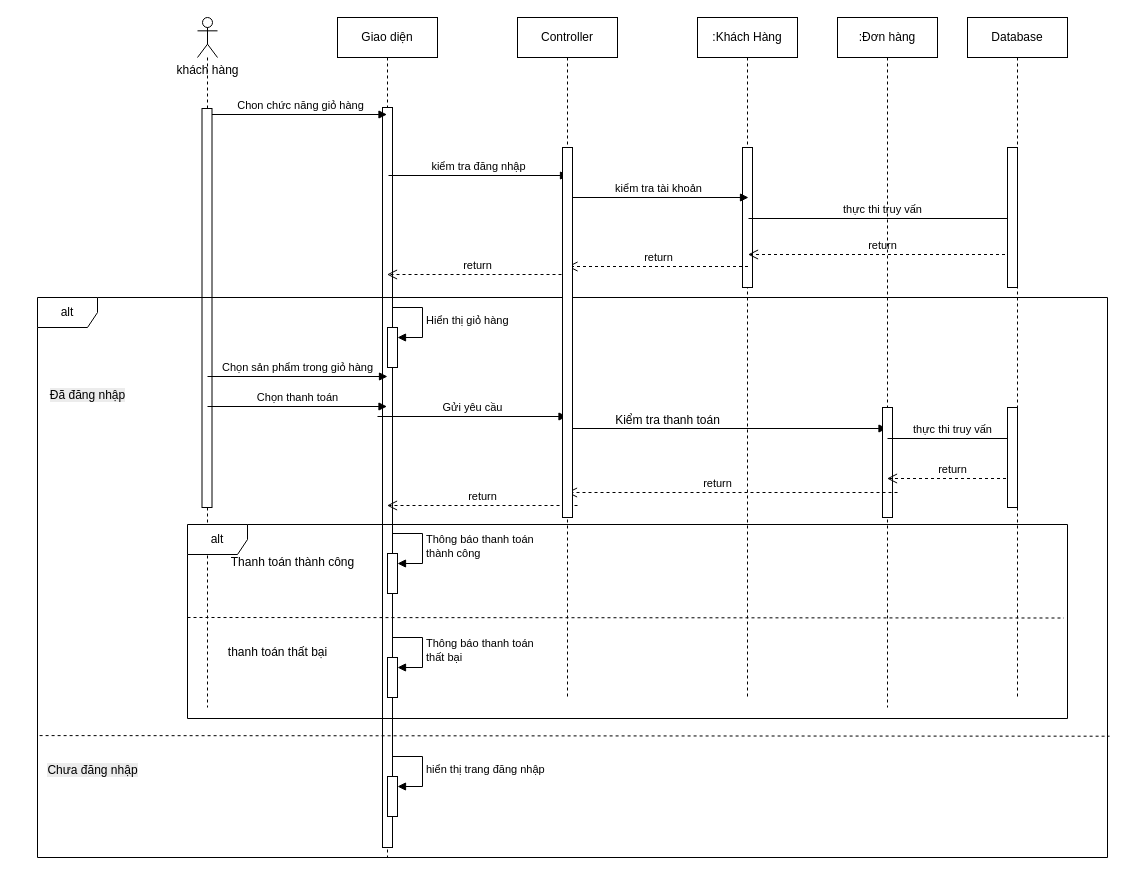
Above: User/Sequence/thanhtoan.drawio in dmn-05/PTTK-HTTT (draw.io), before the change. Source tidied: cells renumbered, new cells numbered last; positions are measured from the earlier drawing's top-left corner, leaving out a move shared by most shapes. Both pictures are drawn from the tidied source at 100%, with x=0, y=0 at pixel (37, 17).
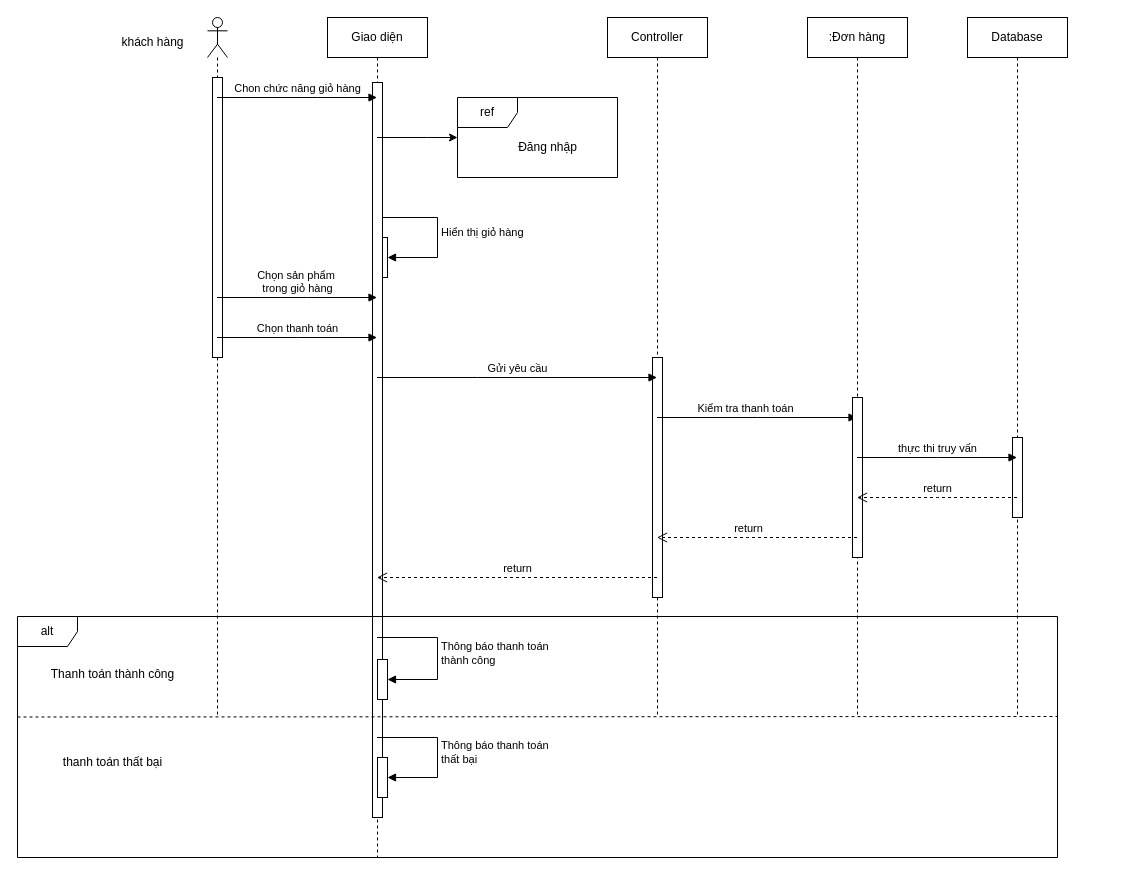
After the change.

The edit, as a diff of the source:
```diff
@@
     <mxCell id="2" style="shape=umlLifeline;perimeter=lifelinePerimeter;whiteSpace=wrap;html=1;outlineConnect=0;portConstraint=eastwest;newEdgeStyle={&quot;curved&quot;:0,&quot;rounded&quot;:0};participant=umlActor;" parent="1" vertex="1">
-      <mxGeometry x="160" width="20" height="690" as="geometry" />
+      <mxGeometry x="170" width="20" height="700" as="geometry" />
     </mxCell>
-    <mxCell id="3" style="html=1;points=[[0,0,0,0,5],[0,1,0,0,-5],[1,0,0,0,5],[1,1,0,0,-5]];perimeter=orthogonalPerimeter;outlineConnect=0;targetShapes=umlLifeline;portConstraint=eastwest;newEdgeStyle={&quot;curved&quot;:0,&quot;rounded&quot;:0};" parent="2" vertex="1">
-      <mxGeometry x="4.5" y="91" width="10" height="399" as="geometry" />
-    </mxCell>
+    <mxCell id="49" style="html=1;perimeter=orthogonalPerimeter;targetShapes=umlLifeline;newEdgeStyle={&quot;curved&quot;:0,&quot;rounded&quot;:0};" parent="2" vertex="1">
+      <mxGeometry x="5" y="60" width="10" height="280" as="geometry" />
+    </mxCell>
     <mxCell id="4" value="Giao diện" style="shape=umlLifeline;perimeter=lifelinePerimeter;whiteSpace=wrap;html=1;outlineConnect=0;portConstraint=eastwest;newEdgeStyle={&quot;curved&quot;:0,&quot;rounded&quot;:0};" parent="1" vertex="1">
-      <mxGeometry x="300" width="100" height="840" as="geometry" />
+      <mxGeometry x="290" width="100" height="840" as="geometry" />
     </mxCell>
-    <mxCell id="5" style="html=1;perimeter=orthogonalPerimeter;targetShapes=umlLifeline;newEdgeStyle={&quot;curved&quot;:0,&quot;rounded&quot;:0};" parent="4" vertex="1">
-      <mxGeometry x="45" y="90" width="10" height="740" as="geometry" />
-    </mxCell>
-    <mxCell id="6" value=":Khách Hàng" style="shape=umlLifeline;perimeter=lifelinePerimeter;whiteSpace=wrap;html=1;newEdgeStyle={&quot;curved&quot;:0,&quot;rounded&quot;:0};" parent="1" vertex="1">
-      <mxGeometry x="660" width="100" height="680" as="geometry" />
-    </mxCell>
-    <mxCell id="7" style="html=1;perimeter=orthogonalPerimeter;targetShapes=umlLifeline;newEdgeStyle={&quot;curved&quot;:0,&quot;rounded&quot;:0};" parent="6" vertex="1">
-      <mxGeometry x="45" y="130" width="10" height="140" as="geometry" />
-    </mxCell>
+    <mxCell id="47" style="html=1;points=[[0,0,0,0,5],[0,1,0,0,-5],[1,0,0,0,5],[1,1,0,0,-5]];perimeter=orthogonalPerimeter;outlineConnect=0;targetShapes=umlLifeline;portConstraint=eastwest;newEdgeStyle={&quot;curved&quot;:0,&quot;rounded&quot;:0};" parent="4" vertex="1">
+      <mxGeometry x="50" y="220" width="10" height="40" as="geometry" />
+    </mxCell>
+    <mxCell id="48" value="Hiển thị giỏ hàng" style="html=1;align=left;spacingLeft=2;endArrow=block;rounded=0;edgeStyle=orthogonalEdgeStyle;curved=0;rounded=0;" parent="4" edge="1" source="4" target="47">
+      <mxGeometry relative="1" as="geometry">
+        <Array as="points">
+          <mxPoint x="110" y="200" />
+          <mxPoint x="110" y="240" />
+        </Array>
+      </mxGeometry>
+    </mxCell>
+    <mxCell id="50" style="html=1;perimeter=orthogonalPerimeter;targetShapes=umlLifeline;newEdgeStyle={&quot;curved&quot;:0,&quot;rounded&quot;:0};" parent="4" vertex="1">
+      <mxGeometry x="45" y="65" width="10" height="735" as="geometry" />
+    </mxCell>
     <mxCell id="8" value="khách hàng" style="text;html=1;align=center;verticalAlign=middle;strokeColor=none;fillColor=none;" parent="1" vertex="1">
-      <mxGeometry x="125" y="38" width="90" height="30" as="geometry" />
+      <mxGeometry x="70" y="10" width="90" height="30" as="geometry" />
     </mxCell>
     <mxCell id="9" value="Database" style="shape=umlLifeline;perimeter=lifelinePerimeter;whiteSpace=wrap;html=1;outlineConnect=0;portConstraint=eastwest;newEdgeStyle={&quot;curved&quot;:0,&quot;rounded&quot;:0};" parent="1" vertex="1">
-      <mxGeometry x="930" width="100" height="680" as="geometry" />
+      <mxGeometry x="930" width="100" height="700" as="geometry" />
     </mxCell>
+    <mxCell id="51" style="html=1;perimeter=orthogonalPerimeter;targetShapes=umlLifeline;newEdgeStyle={&quot;curved&quot;:0,&quot;rounded&quot;:0};" parent="9" vertex="1">
+      <mxGeometry x="45" y="420" width="10" height="80" as="geometry" />
+    </mxCell>
     <mxCell id="10" value="Controller" style="shape=umlLifeline;perimeter=lifelinePerimeter;whiteSpace=wrap;html=1;outlineConnect=0;portConstraint=eastwest;newEdgeStyle={&quot;curved&quot;:0,&quot;rounded&quot;:0};" parent="1" vertex="1">
-      <mxGeometry x="480" width="100" height="680" as="geometry" />
+      <mxGeometry x="570" width="100" height="700" as="geometry" />
     </mxCell>
+    <mxCell id="52" style="html=1;perimeter=orthogonalPerimeter;targetShapes=umlLifeline;newEdgeStyle={&quot;curved&quot;:0,&quot;rounded&quot;:0};" parent="10" vertex="1">
+      <mxGeometry x="45" y="340" width="10" height="240" as="geometry" />
+    </mxCell>
-    <mxCell id="11" value="Chon chức năng giỏ hàng" style="html=1;verticalAlign=bottom;endArrow=block;curved=0;rounded=0;" parent="1" edge="1" source="3">
+    <mxCell id="11" value="Chon chức năng giỏ hàng" style="html=1;verticalAlign=bottom;endArrow=block;curved=0;rounded=0;" parent="1" edge="1" source="2" target="4">
       <mxGeometry relative="1" as="geometry">
-        <mxPoint x="349.5" y="97" as="targetPoint" />
+        <Array as="points">
+          <mxPoint x="280" y="80" />
+        </Array>
       </mxGeometry>
     </mxCell>
-    <mxCell id="12" value="kiểm tra đăng nhập" style="html=1;verticalAlign=bottom;endArrow=block;curved=0;rounded=0;" parent="1" edge="1">
-      <mxGeometry relative="1" as="geometry">
-        <mxPoint x="351" y="158" as="sourcePoint" />
-        <mxPoint x="531" y="158" as="targetPoint" />
-      </mxGeometry>
-    </mxCell>
-    <mxCell id="13" value="kiểm tra tài khoản" style="html=1;verticalAlign=bottom;endArrow=block;curved=0;rounded=0;" parent="1" edge="1">
-      <mxGeometry relative="1" as="geometry">
-        <mxPoint x="531" y="180" as="sourcePoint" />
-        <mxPoint x="711" y="180" as="targetPoint" />
-      </mxGeometry>
-    </mxCell>
-    <mxCell id="14" value="thực thi truy vấn" style="html=1;verticalAlign=bottom;endArrow=block;curved=0;rounded=0;" parent="1" edge="1">
-      <mxGeometry relative="1" as="geometry">
-        <mxPoint x="711" y="201" as="sourcePoint" />
-        <mxPoint x="979.5" y="201" as="targetPoint" />
-      </mxGeometry>
-    </mxCell>
-    <mxCell id="15" value="return" style="html=1;verticalAlign=bottom;endArrow=open;dashed=1;endSize=8;curved=0;rounded=0;" parent="1" edge="1">
-      <mxGeometry relative="1" as="geometry">
-        <mxPoint x="979.5" y="237" as="sourcePoint" />
-        <mxPoint x="710.5" y="237" as="targetPoint" />
-      </mxGeometry>
-    </mxCell>
-    <mxCell id="16" value="alt" style="shape=umlFrame;whiteSpace=wrap;html=1;" parent="1" vertex="1">
-      <mxGeometry y="280" width="1070" height="560" as="geometry" />
-    </mxCell>
-    <mxCell id="17" value="&lt;br&gt;&lt;span style=&quot;color: rgb(0, 0, 0); background-color: rgb(236, 236, 236); float: none; display: inline !important;&quot;&gt;Đã đăng nhập&lt;/span&gt;" style="text;html=1;align=center;verticalAlign=middle;strokeColor=none;fillColor=none;" parent="1" vertex="1">
-      <mxGeometry y="350" width="100" height="40" as="geometry" />
-    </mxCell>
-    <mxCell id="18" value="return" style="html=1;verticalAlign=bottom;endArrow=open;dashed=1;endSize=8;curved=0;rounded=0;" parent="1" edge="1">
-      <mxGeometry relative="1" as="geometry">
-        <mxPoint x="710.5" y="249" as="sourcePoint" />
-        <mxPoint x="530" y="249" as="targetPoint" />
-      </mxGeometry>
-    </mxCell>
-    <mxCell id="19" value="return" style="html=1;verticalAlign=bottom;endArrow=open;dashed=1;endSize=8;curved=0;rounded=0;" parent="1" edge="1">
-      <mxGeometry relative="1" as="geometry">
-        <mxPoint x="530" y="257" as="sourcePoint" />
-        <mxPoint x="349.5" y="257" as="targetPoint" />
-      </mxGeometry>
-    </mxCell>
-    <mxCell id="20" value="Chọn thanh toán" style="html=1;verticalAlign=bottom;endArrow=block;curved=0;rounded=0;" parent="1" edge="1">
+    <mxCell id="20" value="Chọn thanh toán" style="html=1;verticalAlign=bottom;endArrow=block;curved=0;rounded=0;" parent="1" edge="1" source="2" target="4">
       <mxGeometry relative="1" as="geometry">
-        <mxPoint x="170" y="389" as="sourcePoint" />
-        <mxPoint x="349.5" y="389" as="targetPoint" />
+        <Array as="points">
+          <mxPoint x="260" y="320" />
+        </Array>
       </mxGeometry>
     </mxCell>
-    <mxCell id="21" value="Gửi yêu cầu" style="html=1;verticalAlign=bottom;endArrow=block;curved=0;rounded=0;" parent="1" edge="1">
+    <mxCell id="21" value="Gửi yêu cầu" style="html=1;verticalAlign=bottom;endArrow=block;curved=0;rounded=0;" parent="1" edge="1" source="4" target="10">
       <mxGeometry relative="1" as="geometry">
-        <mxPoint x="340" y="399" as="sourcePoint" />
-        <mxPoint x="529.5" y="399" as="targetPoint" />
+        <Array as="points">
+          <mxPoint x="440" y="360" />
+        </Array>
       </mxGeometry>
     </mxCell>
-    <mxCell id="22" style="html=1;verticalAlign=bottom;endArrow=block;curved=0;rounded=0;" parent="1" edge="1">
-      <mxGeometry x="-0.44" y="10" relative="1" as="geometry">
-        <mxPoint x="530" y="411" as="sourcePoint" />
-        <mxPoint x="849.5" y="411" as="targetPoint" />
+    <mxCell id="22" value="Kiểm tra thanh toán" style="html=1;verticalAlign=bottom;endArrow=block;curved=0;rounded=0;" parent="1" edge="1" source="10" target="23">
+      <mxGeometry x="-0.13" relative="1" as="geometry">
+        <Array as="points">
+          <mxPoint x="720" y="400" />
+        </Array>
+        <mxPoint x="1" as="offset" />
       </mxGeometry>
     </mxCell>
     <mxCell id="23" value=":Đơn hàng" style="shape=umlLifeline;perimeter=lifelinePerimeter;whiteSpace=wrap;html=1;outlineConnect=0;portConstraint=eastwest;newEdgeStyle={&quot;curved&quot;:0,&quot;rounded&quot;:0};" parent="1" vertex="1">
-      <mxGeometry x="800" width="100" height="690" as="geometry" />
+      <mxGeometry x="770" width="100" height="700" as="geometry" />
     </mxCell>
-    <mxCell id="24" style="html=1;perimeter=orthogonalPerimeter;targetShapes=umlLifeline;newEdgeStyle={&quot;curved&quot;:0,&quot;rounded&quot;:0};" parent="23" vertex="1">
-      <mxGeometry x="45" y="390" width="10" height="110" as="geometry" />
-    </mxCell>
+    <mxCell id="53" style="html=1;perimeter=orthogonalPerimeter;targetShapes=umlLifeline;newEdgeStyle={&quot;curved&quot;:0,&quot;rounded&quot;:0};" parent="23" vertex="1">
+      <mxGeometry x="45" y="380" width="10" height="160" as="geometry" />
+    </mxCell>
-    <mxCell id="25" value="thực thi truy vấn" style="html=1;verticalAlign=bottom;endArrow=block;curved=0;rounded=0;" parent="1" edge="1">
+    <mxCell id="25" value="thực thi truy vấn" style="html=1;verticalAlign=bottom;endArrow=block;curved=0;rounded=0;" parent="1" edge="1" source="23" target="9">
       <mxGeometry relative="1" as="geometry">
-        <mxPoint x="850" y="421" as="sourcePoint" />
-        <mxPoint x="979.5" y="421" as="targetPoint" />
+        <Array as="points">
+          <mxPoint x="900" y="440" />
+        </Array>
       </mxGeometry>
     </mxCell>
-    <mxCell id="26" value="return" style="html=1;verticalAlign=bottom;endArrow=open;dashed=1;endSize=8;curved=0;rounded=0;" parent="1" edge="1">
+    <mxCell id="26" value="return" style="html=1;verticalAlign=bottom;endArrow=open;dashed=1;endSize=8;curved=0;rounded=0;" parent="1" edge="1" source="9" target="23">
       <mxGeometry relative="1" as="geometry">
-        <mxPoint x="980.5" y="461" as="sourcePoint" />
-        <mxPoint x="849.5" y="461" as="targetPoint" />
+        <Array as="points">
+          <mxPoint x="900" y="480" />
+        </Array>
       </mxGeometry>
     </mxCell>
-    <mxCell id="27" value="return" style="html=1;verticalAlign=bottom;endArrow=open;dashed=1;endSize=8;curved=0;rounded=0;" parent="1" edge="1">
+    <mxCell id="27" value="return" style="html=1;verticalAlign=bottom;endArrow=open;dashed=1;endSize=8;curved=0;rounded=0;" parent="1" edge="1" source="23" target="10">
       <mxGeometry x="0.09" relative="1" as="geometry">
-        <mxPoint x="860" y="475" as="sourcePoint" />
-        <mxPoint x="529.5" y="475" as="targetPoint" />
+        <Array as="points">
+          <mxPoint x="710" y="520" />
+        </Array>
       </mxGeometry>
     </mxCell>
-    <mxCell id="28" value="Kiểm tra thanh toán" style="text;html=1;align=center;verticalAlign=middle;strokeColor=none;fillColor=none;" parent="1" vertex="1">
-      <mxGeometry x="565" y="388" width="130" height="30" as="geometry" />
-    </mxCell>
-    <mxCell id="29" value="return" style="html=1;verticalAlign=bottom;endArrow=open;dashed=1;endSize=8;curved=0;rounded=0;" parent="1" edge="1">
+    <mxCell id="29" value="return" style="html=1;verticalAlign=bottom;endArrow=open;dashed=1;endSize=8;curved=0;rounded=0;" parent="1" edge="1" source="10" target="4">
       <mxGeometry relative="1" as="geometry">
-        <mxPoint x="540" y="488" as="sourcePoint" />
-        <mxPoint x="349.5" y="488" as="targetPoint" />
+        <Array as="points">
+          <mxPoint x="470" y="560" />
+        </Array>
       </mxGeometry>
     </mxCell>
-    <mxCell id="30" style="endArrow=none;dashed=1;html=1;rounded=0;exitX=0.002;exitY=0.779;exitDx=0;exitDy=0;exitPerimeter=0;entryX=1.002;entryY=0.781;entryDx=0;entryDy=0;entryPerimeter=0;" parent="1" edge="1">
-      <mxGeometry relative="1" as="geometry">
-        <mxPoint x="2.1" y="718.1" as="sourcePoint" />
-        <mxPoint x="1072.1" y="718.7" as="targetPoint" />
-      </mxGeometry>
-    </mxCell>
-    <mxCell id="31" value="&lt;br&gt;&lt;span style=&quot;color: rgb(0, 0, 0); background-color: rgb(236, 236, 236); float: none; display: inline !important;&quot;&gt;Chưa đăng nhập&lt;/span&gt;" style="text;html=1;align=center;verticalAlign=middle;strokeColor=none;fillColor=none;" parent="1" vertex="1">
-      <mxGeometry y="725" width="110" height="40" as="geometry" />
-    </mxCell>
-    <mxCell id="32" style="html=1;perimeter=orthogonalPerimeter;targetShapes=umlLifeline;newEdgeStyle={&quot;curved&quot;:0,&quot;rounded&quot;:0};" parent="1" vertex="1">
-      <mxGeometry x="525" y="130" width="10" height="370" as="geometry" />
-    </mxCell>
-    <mxCell id="33" style="html=1;perimeter=orthogonalPerimeter;targetShapes=umlLifeline;newEdgeStyle={&quot;curved&quot;:0,&quot;rounded&quot;:0};" parent="1" vertex="1">
-      <mxGeometry x="970" y="390" width="10" height="100" as="geometry" />
-    </mxCell>
-    <mxCell id="34" style="html=1;points=[[0,0,0,0,5],[0,1,0,0,-5],[1,0,0,0,5],[1,1,0,0,-5]];perimeter=orthogonalPerimeter;outlineConnect=0;targetShapes=umlLifeline;portConstraint=eastwest;newEdgeStyle={&quot;curved&quot;:0,&quot;rounded&quot;:0};" parent="1" vertex="1">
-      <mxGeometry x="350" y="759" width="10" height="40" as="geometry" />
-    </mxCell>
-    <mxCell id="35" value="hiển thị trang đăng nhập" style="html=1;align=left;spacingLeft=2;endArrow=block;rounded=0;edgeStyle=orthogonalEdgeStyle;curved=0;rounded=0;" parent="1" edge="1" target="34">
-      <mxGeometry relative="1" as="geometry">
-        <mxPoint x="355" y="739" as="sourcePoint" />
-        <Array as="points">
-          <mxPoint x="385" y="769" />
-        </Array>
-      </mxGeometry>
-    </mxCell>
     <mxCell id="36" style="html=1;points=[[0,0,0,0,5],[0,1,0,0,-5],[1,0,0,0,5],[1,1,0,0,-5]];perimeter=orthogonalPerimeter;outlineConnect=0;targetShapes=umlLifeline;portConstraint=eastwest;newEdgeStyle={&quot;curved&quot;:0,&quot;rounded&quot;:0};" parent="1" vertex="1">
-      <mxGeometry x="350" y="536" width="10" height="40" as="geometry" />
+      <mxGeometry x="340" y="642" width="10" height="40" as="geometry" />
     </mxCell>
-    <mxCell id="37" value="Thông báo thanh toán&lt;div&gt;thành công&lt;/div&gt;" style="html=1;align=left;spacingLeft=2;endArrow=block;rounded=0;edgeStyle=orthogonalEdgeStyle;curved=0;rounded=0;" parent="1" edge="1" target="36">
+    <mxCell id="37" value="Thông báo thanh toán&lt;div&gt;thành công&lt;/div&gt;" style="html=1;align=left;spacingLeft=2;endArrow=block;rounded=0;edgeStyle=orthogonalEdgeStyle;curved=0;rounded=0;" parent="1" edge="1" source="4" target="36">
       <mxGeometry relative="1" as="geometry">
-        <mxPoint x="355" y="516" as="sourcePoint" />
         <Array as="points">
-          <mxPoint x="385" y="546" />
+          <mxPoint x="400" y="620" />
+          <mxPoint x="400" y="662" />
         </Array>
       </mxGeometry>
     </mxCell>
@@
-    <mxCell id="39" style="html=1;perimeter=orthogonalPerimeter;targetShapes=umlLifeline;newEdgeStyle={&quot;curved&quot;:0,&quot;rounded&quot;:0};" parent="1" vertex="1">
-      <mxGeometry x="970" y="130" width="10" height="140" as="geometry" />
-    </mxCell>
-    <mxCell id="40" value="Chọn sản phẩm trong giỏ hàng" style="html=1;verticalAlign=bottom;endArrow=block;curved=0;rounded=0;" parent="1" edge="1">
+    <mxCell id="40" value="Chọn sản phẩm&amp;nbsp;&lt;div&gt;trong giỏ hàng&lt;/div&gt;" style="html=1;verticalAlign=bottom;endArrow=block;curved=0;rounded=0;" parent="1" edge="1" source="2" target="4">
       <mxGeometry relative="1" as="geometry">
-        <mxPoint x="170" y="359" as="sourcePoint" />
-        <mxPoint x="350" y="359" as="targetPoint" />
+        <Array as="points">
+          <mxPoint x="270" y="280" />
+        </Array>
       </mxGeometry>
     </mxCell>
     <mxCell id="41" value="alt" style="shape=umlFrame;whiteSpace=wrap;html=1;" parent="1" vertex="1">
-      <mxGeometry x="150" y="507" width="880" height="194" as="geometry" />
+      <mxGeometry x="-20" y="599" width="1040" height="241" as="geometry" />
     </mxCell>
-    <mxCell id="42" style="endArrow=none;dashed=1;html=1;rounded=0;exitX=0.002;exitY=0.779;exitDx=0;exitDy=0;exitPerimeter=0;entryX=0.996;entryY=0.482;entryDx=0;entryDy=0;entryPerimeter=0;" parent="1" edge="1" target="41">
+    <mxCell id="42" style="endArrow=none;dashed=1;html=1;rounded=0;" parent="1" edge="1">
       <mxGeometry relative="1" as="geometry">
-        <mxPoint x="150" y="600" as="sourcePoint" />
+        <mxPoint x="-20" y="699.5" as="sourcePoint" />
+        <mxPoint x="1020" y="699" as="targetPoint" />
       </mxGeometry>
     </mxCell>
     <mxCell id="43" value="Thanh toán thành công" style="text;html=1;align=center;verticalAlign=middle;strokeColor=none;fillColor=none;" parent="1" vertex="1">
-      <mxGeometry x="180" y="530" width="150" height="30" as="geometry" />
+      <mxGeometry y="642" width="150" height="30" as="geometry" />
     </mxCell>
     <mxCell id="44" value="thanh toán thất bại" style="text;html=1;align=center;verticalAlign=middle;strokeColor=none;fillColor=none;" parent="1" vertex="1">
-      <mxGeometry x="180" y="620" width="120" height="30" as="geometry" />
+      <mxGeometry x="15" y="730" width="120" height="30" as="geometry" />
     </mxCell>
     <mxCell id="45" style="html=1;points=[[0,0,0,0,5],[0,1,0,0,-5],[1,0,0,0,5],[1,1,0,0,-5]];perimeter=orthogonalPerimeter;outlineConnect=0;targetShapes=umlLifeline;portConstraint=eastwest;newEdgeStyle={&quot;curved&quot;:0,&quot;rounded&quot;:0};" parent="1" vertex="1">
-      <mxGeometry x="350" y="640" width="10" height="40" as="geometry" />
+      <mxGeometry x="340" y="740" width="10" height="40" as="geometry" />
     </mxCell>
-    <mxCell id="46" value="Thông báo thanh toán&lt;div&gt;thất bại&lt;/div&gt;" style="html=1;align=left;spacingLeft=2;endArrow=block;rounded=0;edgeStyle=orthogonalEdgeStyle;curved=0;rounded=0;" parent="1" edge="1" target="45">
+    <mxCell id="46" value="Thông báo thanh toán&lt;div&gt;thất bại&lt;/div&gt;" style="html=1;align=left;spacingLeft=2;endArrow=block;rounded=0;edgeStyle=orthogonalEdgeStyle;curved=0;rounded=0;" parent="1" edge="1" source="4" target="45">
       <mxGeometry relative="1" as="geometry">
-        <mxPoint x="355" y="620" as="sourcePoint" />
         <Array as="points">
-          <mxPoint x="385" y="650" />
+          <mxPoint x="400" y="720" />
+          <mxPoint x="400" y="760" />
         </Array>
       </mxGeometry>
     </mxCell>
-    <mxCell id="47" style="html=1;points=[[0,0,0,0,5],[0,1,0,0,-5],[1,0,0,0,5],[1,1,0,0,-5]];perimeter=orthogonalPerimeter;outlineConnect=0;targetShapes=umlLifeline;portConstraint=eastwest;newEdgeStyle={&quot;curved&quot;:0,&quot;rounded&quot;:0};" parent="1" vertex="1">
-      <mxGeometry x="350" y="310" width="10" height="40" as="geometry" />
-    </mxCell>
-    <mxCell id="48" value="Hiển thị giỏ hàng" style="html=1;align=left;spacingLeft=2;endArrow=block;rounded=0;edgeStyle=orthogonalEdgeStyle;curved=0;rounded=0;" parent="1" edge="1" target="47">
-      <mxGeometry relative="1" as="geometry">
-        <mxPoint x="355" y="290" as="sourcePoint" />
-        <Array as="points">
-          <mxPoint x="385" y="320" />
-        </Array>
-      </mxGeometry>
-    </mxCell>
+    <mxCell id="54" value="ref" style="shape=umlFrame;whiteSpace=wrap;html=1;" parent="1" vertex="1">
+      <mxGeometry x="420" y="80" width="160" height="80" as="geometry" />
+    </mxCell>
+    <mxCell id="55" value="Đăng nhập" style="text;html=1;align=center;verticalAlign=middle;strokeColor=none;fillColor=none;" parent="1" vertex="1">
+      <mxGeometry x="470" y="115" width="80" height="30" as="geometry" />
+    </mxCell>
+    <mxCell id="56" style="endArrow=classic;html=1;rounded=0;" parent="1" edge="1" source="4" target="54">
+      <mxGeometry relative="1" as="geometry">
+        <Array as="points">
+          <mxPoint x="390" y="120" />
+        </Array>
+      </mxGeometry>
+    </mxCell>
```
